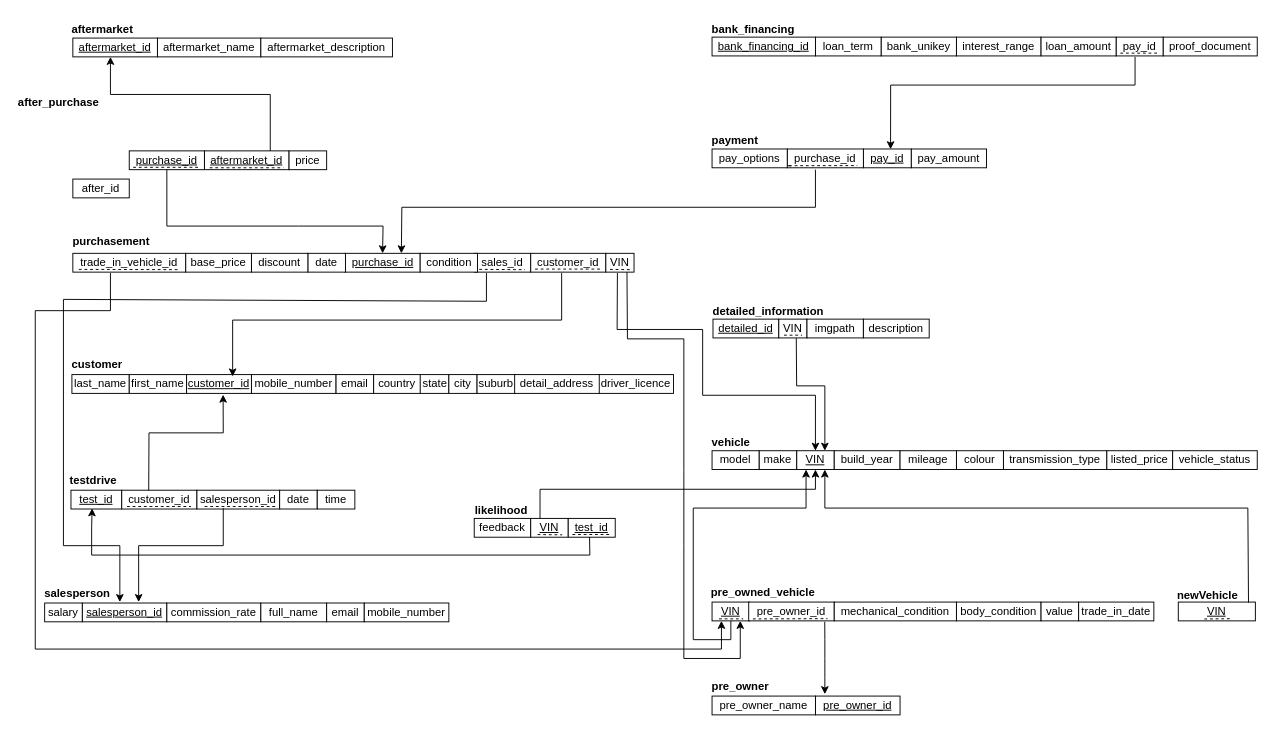
The draw.io diagram 未命名绘图.drawio in Syrus-jpg/LeetCode, before the edit. Source tidied: cells renumbered, new cells numbered last; positions are measured from the earlier drawing's top-left corner, leaving out a move shared by most shapes. Both pictures are drawn from the tidied source at 94%, with x=0, y=0 at pixel (16, 16).
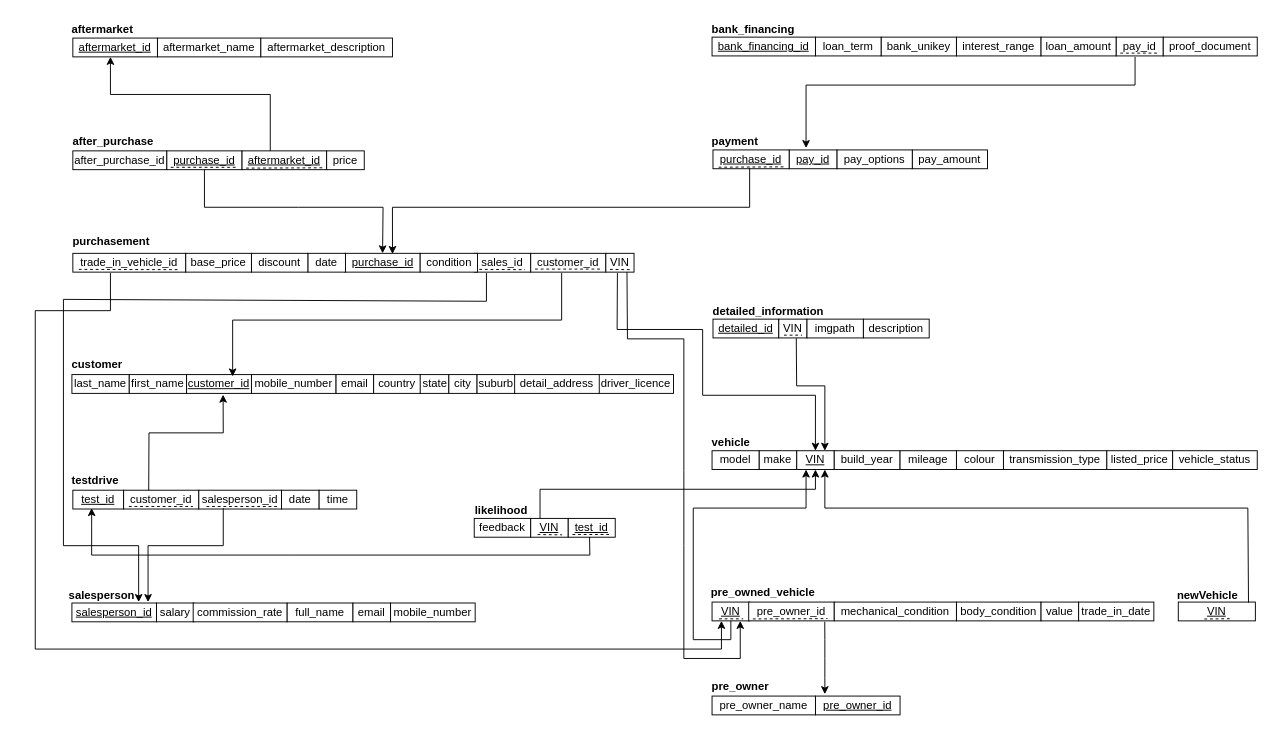
Above is the later version.

Commit message (it also covers changes not shown here):
更新未命名绘图.drawio

Unchanged cells that the change refers to:
```xml
<mxCell id="21" value="&lt;u&gt;test_id&lt;/u&gt;" style="rounded=0;whiteSpace=wrap;html=1;" parent="1" vertex="1">
  <mxGeometry x="587" y="534" width="50" height="20" as="geometry" />
</mxCell>
<mxCell id="22" value="&lt;u&gt;purchase_id&lt;/u&gt;" style="rounded=0;whiteSpace=wrap;html=1;" parent="1" vertex="1">
  <mxGeometry x="349.5" y="252" width="80" height="20" as="geometry" />
</mxCell>
```

Change to the diagram source:
```diff
@@
     <mxCell id="8" value="&lt;u&gt;test_id&lt;/u&gt;" style="rounded=0;whiteSpace=wrap;html=1;" parent="1" vertex="1">
-      <mxGeometry x="58" y="504" width="54" height="20" as="geometry" />
+      <mxGeometry x="60" y="504" width="54" height="20" as="geometry" />
     </mxCell>
     <mxCell id="9" value="customer_id" style="rounded=0;whiteSpace=wrap;html=1;" parent="1" vertex="1">
-      <mxGeometry x="112" y="504" width="80" height="20" as="geometry" />
+      <mxGeometry x="114" y="504" width="80" height="20" as="geometry" />
     </mxCell>
     <mxCell id="10" value="salesperson_id" style="rounded=0;whiteSpace=wrap;html=1;" parent="1" vertex="1">
-      <mxGeometry x="192" y="504" width="88" height="20" as="geometry" />
+      <mxGeometry x="194" y="504" width="88" height="20" as="geometry" />
     </mxCell>
     <mxCell id="11" value="date" style="rounded=0;whiteSpace=wrap;html=1;" parent="1" vertex="1">
-      <mxGeometry x="280" y="504" width="40" height="20" as="geometry" />
+      <mxGeometry x="282" y="504" width="40" height="20" as="geometry" />
     </mxCell>
     <mxCell id="12" value="time" style="rounded=0;whiteSpace=wrap;html=1;" parent="1" vertex="1">
-      <mxGeometry x="320" y="504" width="40" height="20" as="geometry" />
+      <mxGeometry x="322" y="504" width="40" height="20" as="geometry" />
     </mxCell>
     <mxCell id="13" value="&lt;u&gt;salesperson_id&lt;/u&gt;" style="rounded=0;whiteSpace=wrap;html=1;" parent="1" vertex="1">
-      <mxGeometry x="70" y="624" width="90" height="20" as="geometry" />
+      <mxGeometry x="59" y="624" width="90" height="20" as="geometry" />
     </mxCell>
     <mxCell id="14" value="salary" style="rounded=0;whiteSpace=wrap;html=1;" parent="1" vertex="1">
-      <mxGeometry x="30" y="624" width="40" height="20" as="geometry" />
+      <mxGeometry x="149" y="624" width="40" height="20" as="geometry" />
     </mxCell>
     <mxCell id="15" value="commission_rate" style="rounded=0;whiteSpace=wrap;html=1;" parent="1" vertex="1">
-      <mxGeometry x="160" y="624" width="100" height="20" as="geometry" />
+      <mxGeometry x="188" y="624" width="100" height="20" as="geometry" />
     </mxCell>
     <mxCell id="16" value="full_name" style="rounded=0;whiteSpace=wrap;html=1;" parent="1" vertex="1">
-      <mxGeometry x="260" y="624" width="70" height="20" as="geometry" />
+      <mxGeometry x="288" y="624" width="70" height="20" as="geometry" />
     </mxCell>
     <mxCell id="17" value="email" style="rounded=0;whiteSpace=wrap;html=1;" parent="1" vertex="1">
-      <mxGeometry x="330" y="624" width="40" height="20" as="geometry" />
+      <mxGeometry x="358" y="624" width="40" height="20" as="geometry" />
     </mxCell>
     <mxCell id="18" value="mobile_number" style="rounded=0;whiteSpace=wrap;html=1;" parent="1" vertex="1">
-      <mxGeometry x="370" y="624" width="90" height="20" as="geometry" />
+      <mxGeometry x="398" y="624" width="90" height="20" as="geometry" />
     </mxCell>
@@
-    <mxCell id="31" value="after_id" style="rounded=0;whiteSpace=wrap;html=1;" parent="1" vertex="1">
-      <mxGeometry x="60" y="173" width="60" height="20" as="geometry" />
+    <mxCell id="31" value="after_purchase_id" style="rounded=0;whiteSpace=wrap;html=1;" parent="1" vertex="1">
+      <mxGeometry x="60" y="143" width="100" height="20" as="geometry" />
     </mxCell>
     <mxCell id="32" value="&lt;u&gt;purchase_id&lt;/u&gt;" style="rounded=0;whiteSpace=wrap;html=1;" parent="1" vertex="1">
-      <mxGeometry x="120" y="143" width="80" height="20" as="geometry" />
+      <mxGeometry x="160" y="143" width="80" height="20" as="geometry" />
     </mxCell>
     <mxCell id="33" value="&lt;u&gt;aftermarket_id&lt;/u&gt;" style="rounded=0;whiteSpace=wrap;html=1;" parent="1" vertex="1">
-      <mxGeometry x="200" y="143" width="90" height="20" as="geometry" />
+      <mxGeometry x="240" y="143" width="90" height="20" as="geometry" />
     </mxCell>
     <mxCell id="34" value="price" style="rounded=0;whiteSpace=wrap;html=1;" parent="1" vertex="1">
-      <mxGeometry x="290" y="143" width="40" height="20" as="geometry" />
+      <mxGeometry x="330" y="143" width="40" height="20" as="geometry" />
     </mxCell>
@@
     <mxCell id="38" value="&lt;u&gt;pay_id&lt;/u&gt;" style="rounded=0;whiteSpace=wrap;html=1;" parent="1" vertex="1">
-      <mxGeometry x="901" y="141" width="51" height="20" as="geometry" />
+      <mxGeometry x="822" y="142" width="51" height="20" as="geometry" />
     </mxCell>
-    <mxCell id="39" value="purchase_id" style="rounded=0;whiteSpace=wrap;html=1;" parent="1" vertex="1">
-      <mxGeometry x="820" y="141" width="81" height="20" as="geometry" />
+    <mxCell id="39" value="&lt;u&gt;purchase_id&lt;/u&gt;" style="rounded=0;whiteSpace=wrap;html=1;" parent="1" vertex="1">
+      <mxGeometry x="741" y="142" width="81" height="20" as="geometry" />
     </mxCell>
     <mxCell id="40" value="pay_amount" style="rounded=0;whiteSpace=wrap;html=1;" parent="1" vertex="1">
-      <mxGeometry x="952" y="141" width="80" height="20" as="geometry" />
+      <mxGeometry x="953" y="142" width="80" height="20" as="geometry" />
     </mxCell>
@@
-    <mxCell id="78" style="endArrow=none;dashed=1;html=1;rounded=0;exitX=0.048;exitY=0.895;exitDx=0;exitDy=0;exitPerimeter=0;entryX=0.92;entryY=0.884;entryDx=0;entryDy=0;entryPerimeter=0;" parent="1" edge="1" source="116" target="39">
-      <mxGeometry relative="1" as="geometry" />
-    </mxCell>
@@
     <mxCell id="85" style="endArrow=classic;html=1;rounded=0;" parent="1" edge="1">
       <mxGeometry relative="1" as="geometry">
         <mxPoint x="500" y="273" as="sourcePoint" />
-        <mxPoint x="110" y="623" as="targetPoint" />
+        <mxPoint x="130" y="623" as="targetPoint" />
         <Array as="points">
           <mxPoint x="500" y="303" />
           <mxPoint x="50" y="301" />
           <mxPoint x="50" y="563" />
-          <mxPoint x="110" y="563" />
+          <mxPoint x="130" y="563" />
         </Array>
       </mxGeometry>
     </mxCell>
@@
-    <mxCell id="87" style="endArrow=classic;html=1;rounded=0;entryX=0.75;entryY=0;entryDx=0;entryDy=0;" parent="1" edge="1" target="22">
+    <mxCell id="87" style="endArrow=classic;html=1;rounded=0;entryX=0.632;entryY=0.036;entryDx=0;entryDy=0;entryPerimeter=0;" parent="1" edge="1" target="22">
       <mxGeometry relative="1" as="geometry">
-        <mxPoint x="850" y="163" as="sourcePoint" />
+        <mxPoint x="780" y="161" as="sourcePoint" />
         <Array as="points">
-          <mxPoint x="850" y="203" />
-          <mxPoint x="410" y="203" />
+          <mxPoint x="780" y="203" />
+          <mxPoint x="400" y="203" />
         </Array>
       </mxGeometry>
     </mxCell>
@@
     <mxCell id="89" style="endArrow=classic;html=1;rounded=0;" parent="1" edge="1">
       <mxGeometry relative="1" as="geometry">
         <mxPoint x="220" y="523" as="sourcePoint" />
-        <mxPoint x="130" y="623" as="targetPoint" />
+        <mxPoint x="140" y="623" as="targetPoint" />
         <Array as="points">
           <mxPoint x="220" y="563" />
-          <mxPoint x="130" y="563" />
+          <mxPoint x="140" y="563" />
         </Array>
       </mxGeometry>
     </mxCell>
-    <mxCell id="90" style="endArrow=classic;html=1;rounded=0;entryX=0.417;entryY=0.963;entryDx=0;entryDy=0;entryPerimeter=0;exitX=0.454;exitY=0.991;exitDx=0;exitDy=0;exitPerimeter=0;" parent="1" edge="1" source="21" target="8">
+    <mxCell id="90" style="endArrow=classic;html=1;rounded=0;exitX=0.454;exitY=0.991;exitDx=0;exitDy=0;exitPerimeter=0;" parent="1" edge="1" source="21">
       <mxGeometry relative="1" as="geometry">
+        <mxPoint x="80" y="523" as="targetPoint" />
         <Array as="points">
           <mxPoint x="610" y="573" />
           <mxPoint x="290" y="573" />
           <mxPoint x="80" y="573" />
           <mxPoint x="80" y="543" />
         </Array>
       </mxGeometry>
     </mxCell>
@@
-    <mxCell id="94" style="endArrow=none;dashed=1;html=1;rounded=0;exitX=0.062;exitY=0.898;exitDx=0;exitDy=0;exitPerimeter=0;" parent="1" edge="1" source="33">
-      <mxGeometry relative="1" as="geometry">
-        <mxPoint x="284" y="161" as="targetPoint" />
-      </mxGeometry>
-    </mxCell>
@@
     <mxCell id="96" style="endArrow=classic;html=1;rounded=0;entryX=0.5;entryY=0;entryDx=0;entryDy=0;" parent="1" edge="1" target="22">
       <mxGeometry relative="1" as="geometry">
-        <mxPoint x="160" y="163" as="sourcePoint" />
+        <mxPoint x="200" y="163" as="sourcePoint" />
         <Array as="points">
-          <mxPoint x="160" y="223" />
-          <mxPoint x="300" y="223" />
-          <mxPoint x="390" y="223" />
+          <mxPoint x="200" y="203" />
+          <mxPoint x="300" y="203" />
+          <mxPoint x="390" y="203" />
         </Array>
       </mxGeometry>
     </mxCell>
@@
-    <mxCell id="100" style="endArrow=classic;html=1;rounded=0;entryX=0.567;entryY=0.014;entryDx=0;entryDy=0;entryPerimeter=0;" parent="1" edge="1" target="38">
+    <mxCell id="100" style="endArrow=classic;html=1;rounded=0;" parent="1" edge="1">
       <mxGeometry relative="1" as="geometry">
         <mxPoint x="1190" y="43" as="sourcePoint" />
+        <mxPoint x="840" y="140" as="targetPoint" />
         <Array as="points">
           <mxPoint x="1190" y="73" />
-          <mxPoint x="930" y="73" />
+          <mxPoint x="840" y="73" />
         </Array>
       </mxGeometry>
     </mxCell>
     <mxCell id="101" value="&lt;b style=&quot;forced-color-adjust: none; color: rgb(0, 0, 0); font-family: Helvetica; font-size: 12px; font-style: normal; font-variant-ligatures: normal; font-variant-caps: normal; letter-spacing: normal; orphans: 2; text-align: center; text-indent: 0px; text-transform: none; widows: 2; word-spacing: 0px; -webkit-text-stroke-width: 0px; white-space: normal; text-decoration-thickness: initial; text-decoration-style: initial; text-decoration-color: initial;&quot;&gt;salesperson&lt;/b&gt;" style="text;whiteSpace=wrap;html=1;" parent="1" vertex="1">
-      <mxGeometry x="28" y="600" width="100" height="40" as="geometry" />
+      <mxGeometry x="54" y="602" width="100" height="40" as="geometry" />
     </mxCell>
     <mxCell id="102" value="&lt;b style=&quot;forced-color-adjust: none; color: rgb(0, 0, 0); font-family: Helvetica; font-size: 12px; font-style: normal; font-variant-ligatures: normal; font-variant-caps: normal; letter-spacing: normal; orphans: 2; text-align: center; text-indent: 0px; text-transform: none; widows: 2; word-spacing: 0px; -webkit-text-stroke-width: 0px; white-space: normal; text-decoration-thickness: initial; text-decoration-style: initial; text-decoration-color: initial;&quot;&gt;testdrive&lt;/b&gt;" style="text;whiteSpace=wrap;html=1;" parent="1" vertex="1">
-      <mxGeometry x="55" y="480" width="80" height="40" as="geometry" />
+      <mxGeometry x="57" y="480" width="80" height="40" as="geometry" />
     </mxCell>
@@
     <mxCell id="105" value="&lt;b style=&quot;forced-color-adjust: none; color: rgb(0, 0, 0); font-family: Helvetica; font-size: 12px; font-style: normal; font-variant-ligatures: normal; font-variant-caps: normal; letter-spacing: normal; orphans: 2; text-align: center; text-indent: 0px; text-transform: none; widows: 2; word-spacing: 0px; -webkit-text-stroke-width: 0px; white-space: normal; text-decoration-thickness: initial; text-decoration-style: initial; text-decoration-color: initial;&quot;&gt;after_purchase&lt;/b&gt;" style="text;whiteSpace=wrap;html=1;" parent="1" vertex="1">
-      <mxGeometry y="78" width="120" height="40" as="geometry" />
+      <mxGeometry x="58" y="119" width="120" height="40" as="geometry" />
     </mxCell>
@@
     <mxCell id="114" value="&lt;b style=&quot;forced-color-adjust: none; color: rgb(0, 0, 0); font-family: Helvetica; font-size: 12px; font-style: normal; font-variant-ligatures: normal; font-variant-caps: normal; letter-spacing: normal; orphans: 2; text-align: center; text-indent: 0px; text-transform: none; widows: 2; word-spacing: 0px; -webkit-text-stroke-width: 0px; white-space: normal; text-decoration-thickness: initial; text-decoration-style: initial; text-decoration-color: initial;&quot;&gt;payment&lt;/b&gt;" style="text;whiteSpace=wrap;html=1;" parent="1" vertex="1">
-      <mxGeometry x="738" y="118" width="80" height="40" as="geometry" />
+      <mxGeometry x="738" y="119" width="80" height="40" as="geometry" />
     </mxCell>
-    <mxCell id="115" style="endArrow=none;dashed=1;html=1;rounded=0;exitX=0.048;exitY=0.895;exitDx=0;exitDy=0;exitPerimeter=0;entryX=0.92;entryY=0.884;entryDx=0;entryDy=0;entryPerimeter=0;" parent="1" edge="1" source="39" target="116">
-      <mxGeometry relative="1" as="geometry" />
-    </mxCell>
     <mxCell id="116" value="pay_options" style="rounded=0;whiteSpace=wrap;html=1;" parent="1" vertex="1">
-      <mxGeometry x="740" y="141" width="80" height="20" as="geometry" />
+      <mxGeometry x="873" y="142" width="80" height="20" as="geometry" />
     </mxCell>
@@
+    <mxCell id="125" style="endArrow=none;dashed=1;html=1;rounded=0;exitX=0.048;exitY=0.917;exitDx=0;exitDy=0;exitPerimeter=0;entryX=0.956;entryY=0.9;entryDx=0;entryDy=0;entryPerimeter=0;" parent="1" edge="1" source="33" target="33">
+      <mxGeometry relative="1" as="geometry" />
+    </mxCell>
+    <mxCell id="126" style="endArrow=none;dashed=1;html=1;rounded=0;exitX=0.074;exitY=0.918;exitDx=0;exitDy=0;exitPerimeter=0;entryX=0.949;entryY=0.9;entryDx=0;entryDy=0;entryPerimeter=0;" parent="1" edge="1" source="39" target="39">
+      <mxGeometry relative="1" as="geometry" />
+    </mxCell>
```
